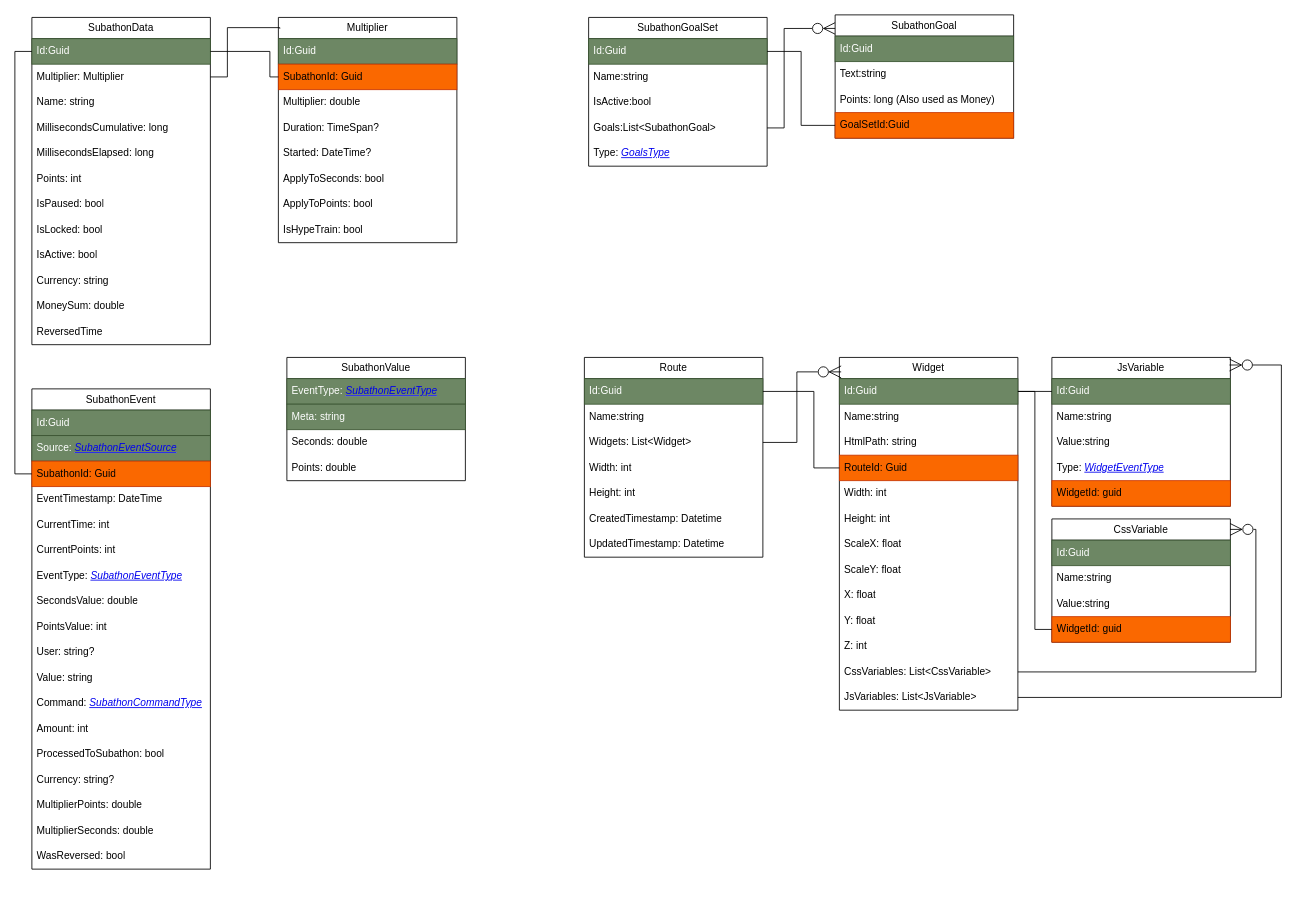
Above: page "Database Models" (4 of 8) of wiki/docs/SubathonManager_Design.drawio in WolfwithSword/SubathonManager-docs (draw.io), before the change. Source tidied: cells renumbered, new cells numbered last; positions are measured from the earlier drawing's top-left corner, leaving out a move shared by most shapes. Both pictures are drawn from the tidied source at 85%, with x=0, y=0 at pixel (31, 14).
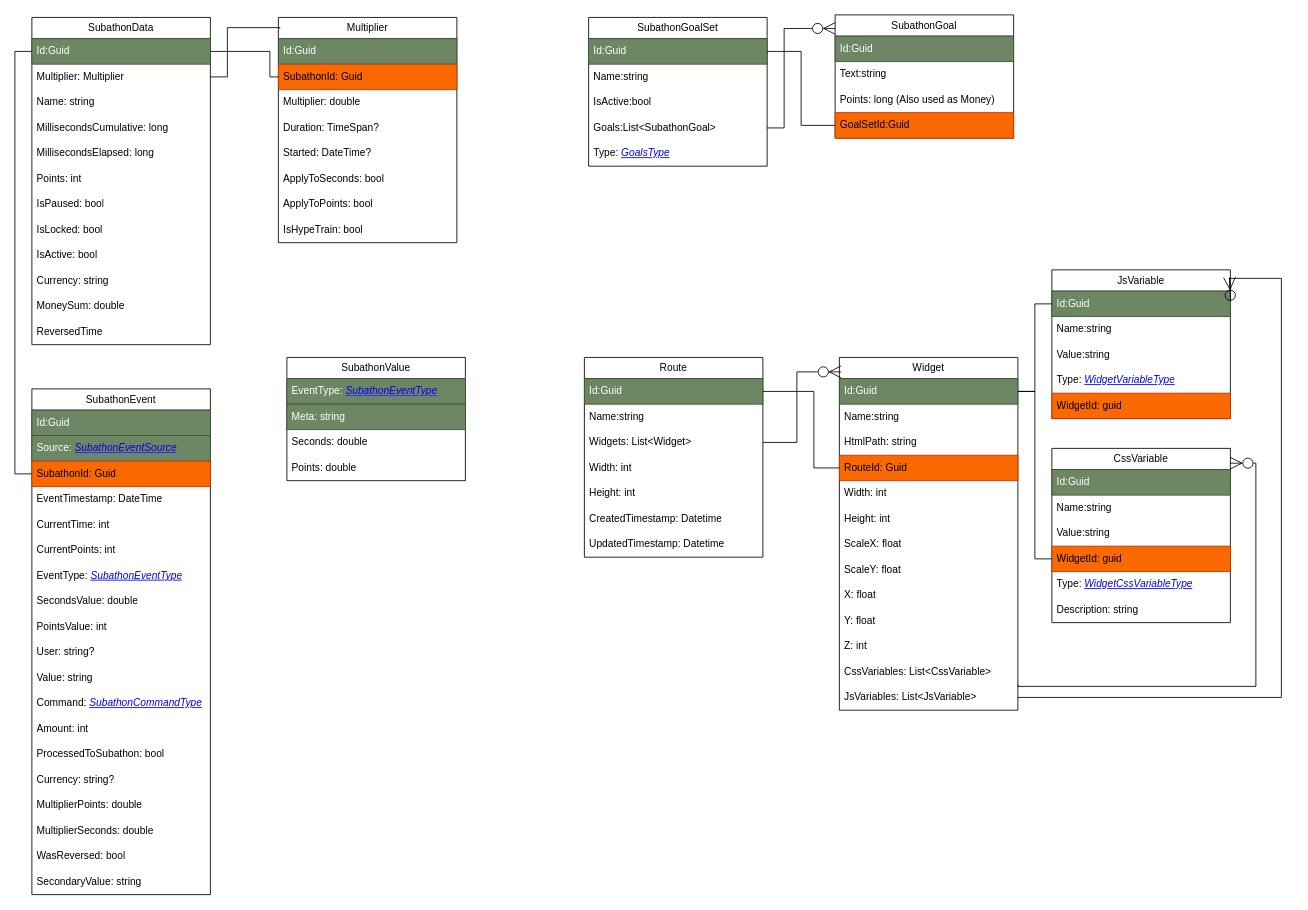
Above is the later version.

Unchanged cells that the change refers to:
```xml
<mxCell id="34" value="CssVariables: List&amp;lt;CssVariable&amp;gt;" style="text;strokeColor=none;fillColor=none;align=left;verticalAlign=middle;spacingLeft=4;spacingRight=4;overflow=hidden;points=[[0,0.5],[1,0.5]];portConstraint=eastwest;whiteSpace=wrap;html=1;" parent="22" vertex="1">
  <mxGeometry y="355" width="210" height="30" as="geometry" />
</mxCell>
<mxCell id="35" value="JsVariables: List&amp;lt;JsVariable&amp;gt;" style="text;strokeColor=none;fillColor=none;align=left;verticalAlign=middle;spacingLeft=4;spacingRight=4;overflow=hidden;points=[[0,0.5],[1,0.5]];portConstraint=eastwest;whiteSpace=wrap;html=1;" parent="22" vertex="1">
  <mxGeometry y="385" width="210" height="30" as="geometry" />
</mxCell>
```

Change to the diagram source:
```diff
@@
     <mxCell id="36" value="CssVariable" style="swimlane;fontStyle=0;horizontal=1;startSize=25;whiteSpace=wrap;html=1;" parent="1" vertex="1">
-      <mxGeometry x="1200" y="593" width="210" height="145" as="geometry" />
+      <mxGeometry x="1200" y="510" width="210" height="205" as="geometry" />
     </mxCell>
@@
+    <mxCell id="103" value="Type: &lt;i&gt;&lt;a href=&quot;data:page/id,YKVmR0vHRuFck_WX-PmZ&quot;&gt;WidgetCssVariableType&lt;/a&gt;&lt;/i&gt;" style="text;strokeColor=none;fillColor=none;align=left;verticalAlign=middle;spacingLeft=4;spacingRight=4;overflow=hidden;whiteSpace=wrap;html=1;" parent="36" vertex="1">
+      <mxGeometry y="145" width="210" height="30" as="geometry" />
+    </mxCell>
+    <mxCell id="104" value="Description: string" style="text;strokeColor=none;fillColor=none;align=left;verticalAlign=middle;spacingLeft=4;spacingRight=4;overflow=hidden;whiteSpace=wrap;html=1;" parent="36" vertex="1">
+      <mxGeometry y="175" width="210" height="30" as="geometry" />
+    </mxCell>
@@
     <mxCell id="44" style="edgeStyle=orthogonalEdgeStyle;rounded=0;jettySize=auto;html=1;entryX=0.998;entryY=0.085;entryDx=0;entryDy=0;entryPerimeter=0;endSize=12;endArrow=ERzeroToMany;endFill=0;" parent="1" edge="1" source="34" target="36">
-      <mxGeometry relative="1" as="geometry" />
+      <mxGeometry relative="1" as="geometry">
+        <Array as="points">
+          <mxPoint x="1160" y="790" />
+          <mxPoint x="1440" y="790" />
+          <mxPoint x="1440" y="527" />
+        </Array>
+      </mxGeometry>
     </mxCell>
@@
     <mxCell id="73" value="SubathonEvent" style="swimlane;fontStyle=0;horizontal=1;startSize=25;whiteSpace=wrap;html=1;" parent="1" vertex="1">
-      <mxGeometry y="440" width="210" height="565" as="geometry" />
+      <mxGeometry y="440" width="210" height="595" as="geometry" />
     </mxCell>
@@
+    <mxCell id="105" value="SecondaryValue: string" style="text;strokeColor=none;fillColor=none;align=left;verticalAlign=middle;spacingLeft=4;spacingRight=4;overflow=hidden;whiteSpace=wrap;html=1;" parent="73" vertex="1">
+      <mxGeometry y="565" width="210" height="30" as="geometry" />
+    </mxCell>
@@
     <mxCell id="94" value="JsVariable" style="swimlane;fontStyle=0;horizontal=1;startSize=25;whiteSpace=wrap;html=1;" parent="1" vertex="1">
-      <mxGeometry x="1200" y="403" width="210" height="175" as="geometry" />
+      <mxGeometry x="1200" y="300" width="210" height="175" as="geometry" />
     </mxCell>
@@
-    <mxCell id="98" value="Type: &lt;i&gt;&lt;a href=&quot;data:page/id,YKVmR0vHRuFck_WX-PmZ&quot;&gt;WidgetEventType&lt;/a&gt;&lt;/i&gt;" style="text;strokeColor=none;fillColor=none;align=left;verticalAlign=middle;spacingLeft=4;spacingRight=4;overflow=hidden;whiteSpace=wrap;html=1;" parent="94" vertex="1">
+    <mxCell id="98" value="Type: &lt;i&gt;&lt;a href=&quot;data:page/id,YKVmR0vHRuFck_WX-PmZ&quot;&gt;WidgetVariable&lt;/a&gt;&lt;/i&gt;&lt;i style=&quot;background-color: transparent; color: light-dark(rgb(0, 0, 0), rgb(255, 255, 255));&quot;&gt;&lt;a href=&quot;data:page/id,YKVmR0vHRuFck_WX-PmZ&quot;&gt;Type&lt;/a&gt;&lt;/i&gt;" style="text;strokeColor=none;fillColor=none;align=left;verticalAlign=middle;spacingLeft=4;spacingRight=4;overflow=hidden;whiteSpace=wrap;html=1;" parent="94" vertex="1">
       <mxGeometry y="115" width="210" height="30" as="geometry" />
     </mxCell>
@@
     <mxCell id="101" style="edgeStyle=orthogonalEdgeStyle;rounded=0;jettySize=auto;html=1;entryX=0.995;entryY=0.051;entryDx=0;entryDy=0;entryPerimeter=0;endArrow=ERzeroToMany;endFill=0;endSize=12;" parent="1" edge="1" source="35" target="94">
       <mxGeometry relative="1" as="geometry">
         <Array as="points">
           <mxPoint x="1470" y="803" />
-          <mxPoint x="1470" y="412" />
+          <mxPoint x="1470" y="310" />
+          <mxPoint x="1409" y="310" />
         </Array>
       </mxGeometry>
     </mxCell>
```
